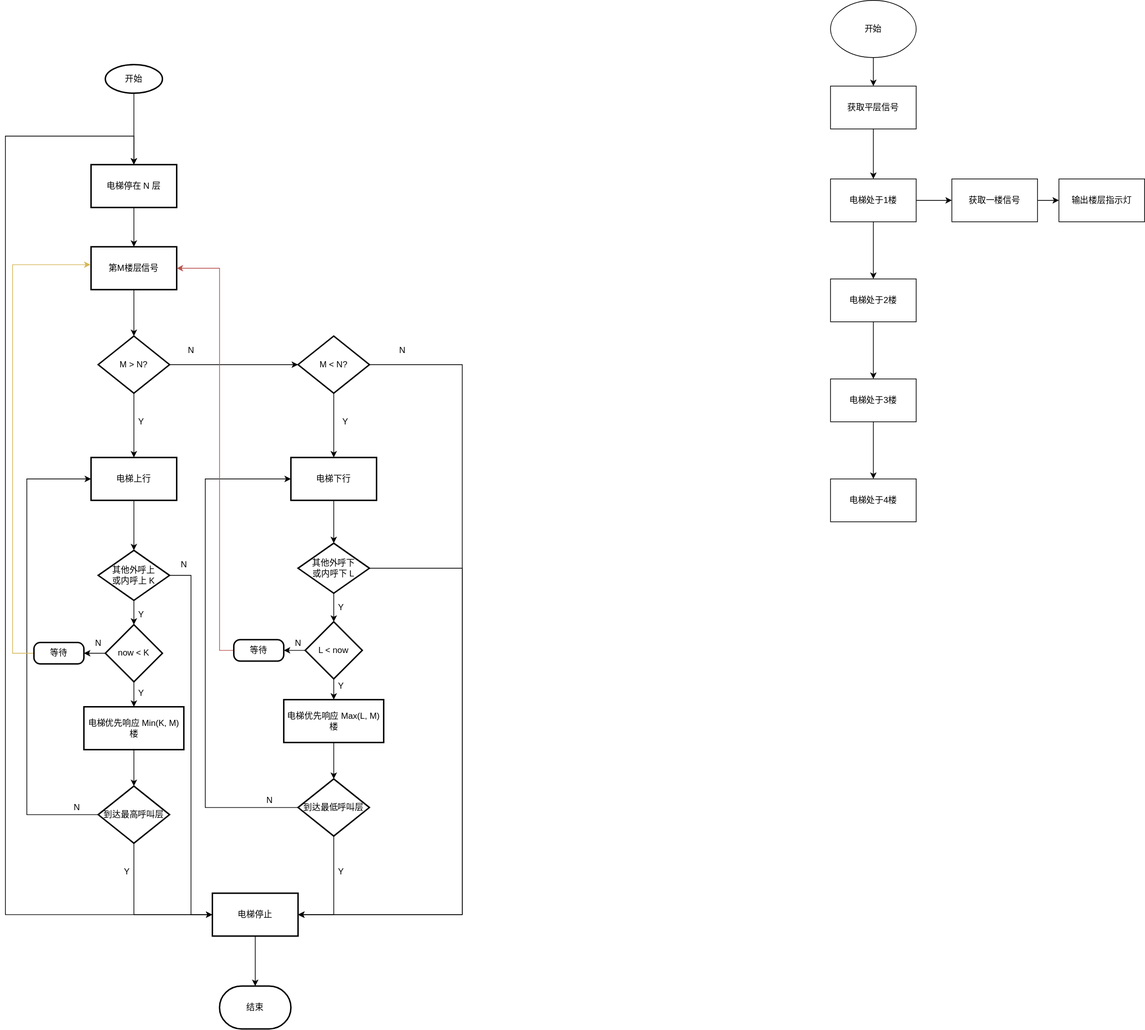
The draw.io diagram Draw.io/PLC控制四层电梯程序流程图.drawio.svg in InoryLwc/ConfigRepo, before a commit. Source tidied: cells renumbered, new cells last; positions are measured from the earlier drawing's top-left corner, leaving out a move shared by most shapes.
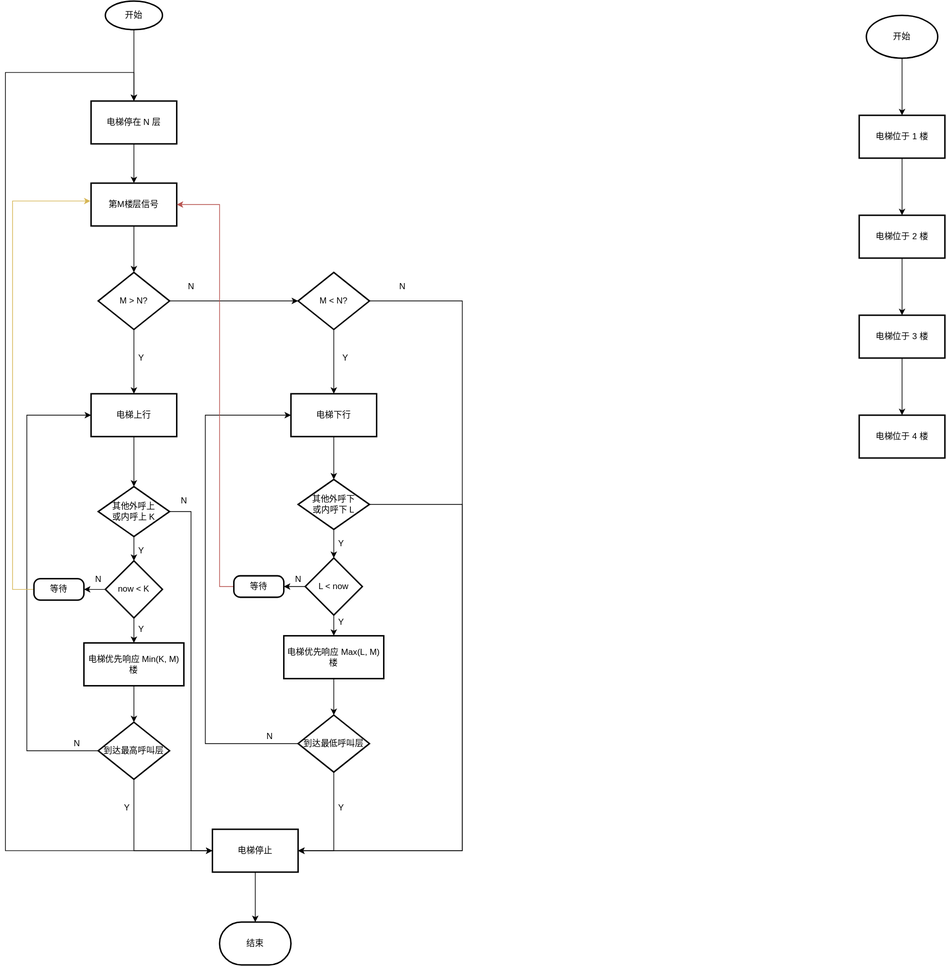
Later version of the same file.

Commit message:
更新PLC控制四层电梯程序流程图.drawio.svg

The edit, as a diff of the source:
```diff
@@ -230,50 +230,32 @@
     <mxCell id="62" value="N" style="text;html=1;align=center;verticalAlign=middle;strokeColor=none;fillColor=none;" parent="1" vertex="1">
       <mxGeometry x="400" y="890" width="20" height="20" as="geometry" />
     </mxCell>
-    <mxCell id="63" style="edgeStyle=orthogonalEdgeStyle;rounded=0;jettySize=auto;html=1;" parent="1" edge="1" source="64" target="76">
-      <mxGeometry relative="1" as="geometry" />
-    </mxCell>
+    <mxCell id="78" style="edgeStyle=orthogonalEdgeStyle;rounded=0;jettySize=auto;html=1;" parent="1" edge="1" source="64" target="80">
+      <mxGeometry relative="1" as="geometry" />
+    </mxCell>
-    <mxCell id="64" value="开始" style="ellipse;whiteSpace=wrap;html=1;" parent="1" vertex="1">
-      <mxGeometry x="1156" width="120" height="80" as="geometry" />
+    <mxCell id="64" value="开始" style="strokeWidth=2;html=1;shape=mxgraph.flowchart.start_1;whiteSpace=wrap;" parent="1" vertex="1">
+      <mxGeometry x="1206" y="110" width="100" height="60" as="geometry" />
     </mxCell>
-    <mxCell id="65" style="edgeStyle=orthogonalEdgeStyle;rounded=0;jettySize=auto;html=1;" parent="1" edge="1" source="67" target="69">
-      <mxGeometry relative="1" as="geometry" />
-    </mxCell>
-    <mxCell id="66" style="edgeStyle=orthogonalEdgeStyle;rounded=0;jettySize=auto;html=1;" parent="1" edge="1" source="67" target="72">
-      <mxGeometry relative="1" as="geometry" />
-    </mxCell>
-    <mxCell id="67" value="电梯处于1楼" style="whiteSpace=wrap;html=1;" parent="1" vertex="1">
-      <mxGeometry x="1156" y="250" width="120" height="60" as="geometry" />
-    </mxCell>
-    <mxCell id="68" style="edgeStyle=orthogonalEdgeStyle;rounded=0;jettySize=auto;html=1;" parent="1" edge="1" source="69" target="74">
-      <mxGeometry relative="1" as="geometry" />
-    </mxCell>
-    <mxCell id="69" value="电梯处于2楼" style="whiteSpace=wrap;html=1;" parent="1" vertex="1">
-      <mxGeometry x="1156" y="390" width="120" height="60" as="geometry" />
-    </mxCell>
-    <mxCell id="70" value="输出楼层指示灯" style="whiteSpace=wrap;html=1;" parent="1" vertex="1">
-      <mxGeometry x="1476" y="250" width="120" height="60" as="geometry" />
-    </mxCell>
-    <mxCell id="71" style="edgeStyle=orthogonalEdgeStyle;rounded=0;jettySize=auto;html=1;" parent="1" edge="1" source="72" target="70">
-      <mxGeometry relative="1" as="geometry" />
-    </mxCell>
-    <mxCell id="72" value="获取一楼信号" style="whiteSpace=wrap;html=1;" parent="1" vertex="1">
-      <mxGeometry x="1326" y="250" width="120" height="60" as="geometry" />
-    </mxCell>
-    <mxCell id="73" style="edgeStyle=orthogonalEdgeStyle;rounded=0;jettySize=auto;html=1;" parent="1" edge="1" source="74" target="77">
-      <mxGeometry relative="1" as="geometry" />
-    </mxCell>
-    <mxCell id="74" value="电梯处于3楼" style="whiteSpace=wrap;html=1;" parent="1" vertex="1">
-      <mxGeometry x="1156" y="530" width="120" height="60" as="geometry" />
-    </mxCell>
-    <mxCell id="75" style="edgeStyle=orthogonalEdgeStyle;rounded=0;jettySize=auto;html=1;" parent="1" edge="1" source="76" target="67">
-      <mxGeometry relative="1" as="geometry" />
-    </mxCell>
-    <mxCell id="76" value="获取平层信号" style="whiteSpace=wrap;html=1;" parent="1" vertex="1">
-      <mxGeometry x="1156" y="120" width="120" height="60" as="geometry" />
-    </mxCell>
-    <mxCell id="77" value="电梯处于4楼" style="whiteSpace=wrap;html=1;" parent="1" vertex="1">
-      <mxGeometry x="1156" y="670" width="120" height="60" as="geometry" />
-    </mxCell>
+    <mxCell id="79" style="edgeStyle=orthogonalEdgeStyle;rounded=0;jettySize=auto;html=1;" parent="1" edge="1" source="80" target="82">
+      <mxGeometry relative="1" as="geometry" />
+    </mxCell>
+    <mxCell id="80" value="电梯位于 1 楼" style="whiteSpace=wrap;html=1;strokeWidth=2;" parent="1" vertex="1">
+      <mxGeometry x="1196" y="250" width="120" height="60" as="geometry" />
+    </mxCell>
+    <mxCell id="81" style="edgeStyle=orthogonalEdgeStyle;rounded=0;jettySize=auto;html=1;" parent="1" edge="1" source="82" target="84">
+      <mxGeometry relative="1" as="geometry" />
+    </mxCell>
+    <mxCell id="82" value="电梯位于 2 楼" style="whiteSpace=wrap;html=1;strokeWidth=2;" parent="1" vertex="1">
+      <mxGeometry x="1196" y="390" width="120" height="60" as="geometry" />
+    </mxCell>
+    <mxCell id="83" style="edgeStyle=orthogonalEdgeStyle;rounded=0;jettySize=auto;html=1;" parent="1" edge="1" source="84" target="85">
+      <mxGeometry relative="1" as="geometry" />
+    </mxCell>
+    <mxCell id="84" value="电梯位于 3 楼" style="whiteSpace=wrap;html=1;strokeWidth=2;" parent="1" vertex="1">
+      <mxGeometry x="1196" y="530" width="120" height="60" as="geometry" />
+    </mxCell>
+    <mxCell id="85" value="电梯位于 4 楼" style="whiteSpace=wrap;html=1;strokeWidth=2;" parent="1" vertex="1">
+      <mxGeometry x="1196" y="670" width="120" height="60" as="geometry" />
+    </mxCell>
   </root>
 </mxGraphModel>
```
